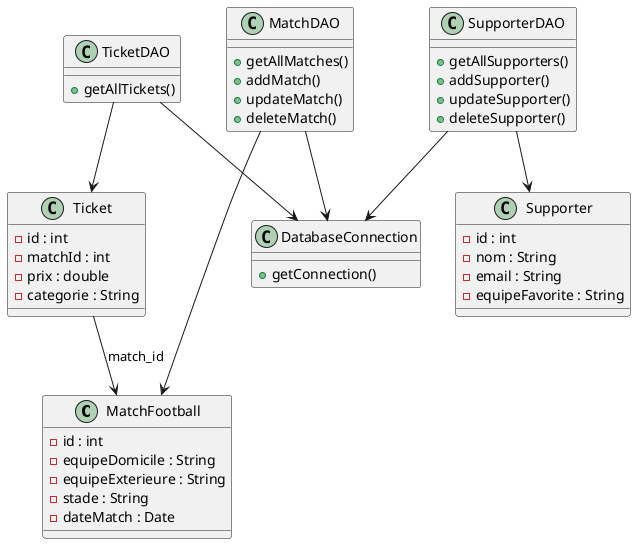
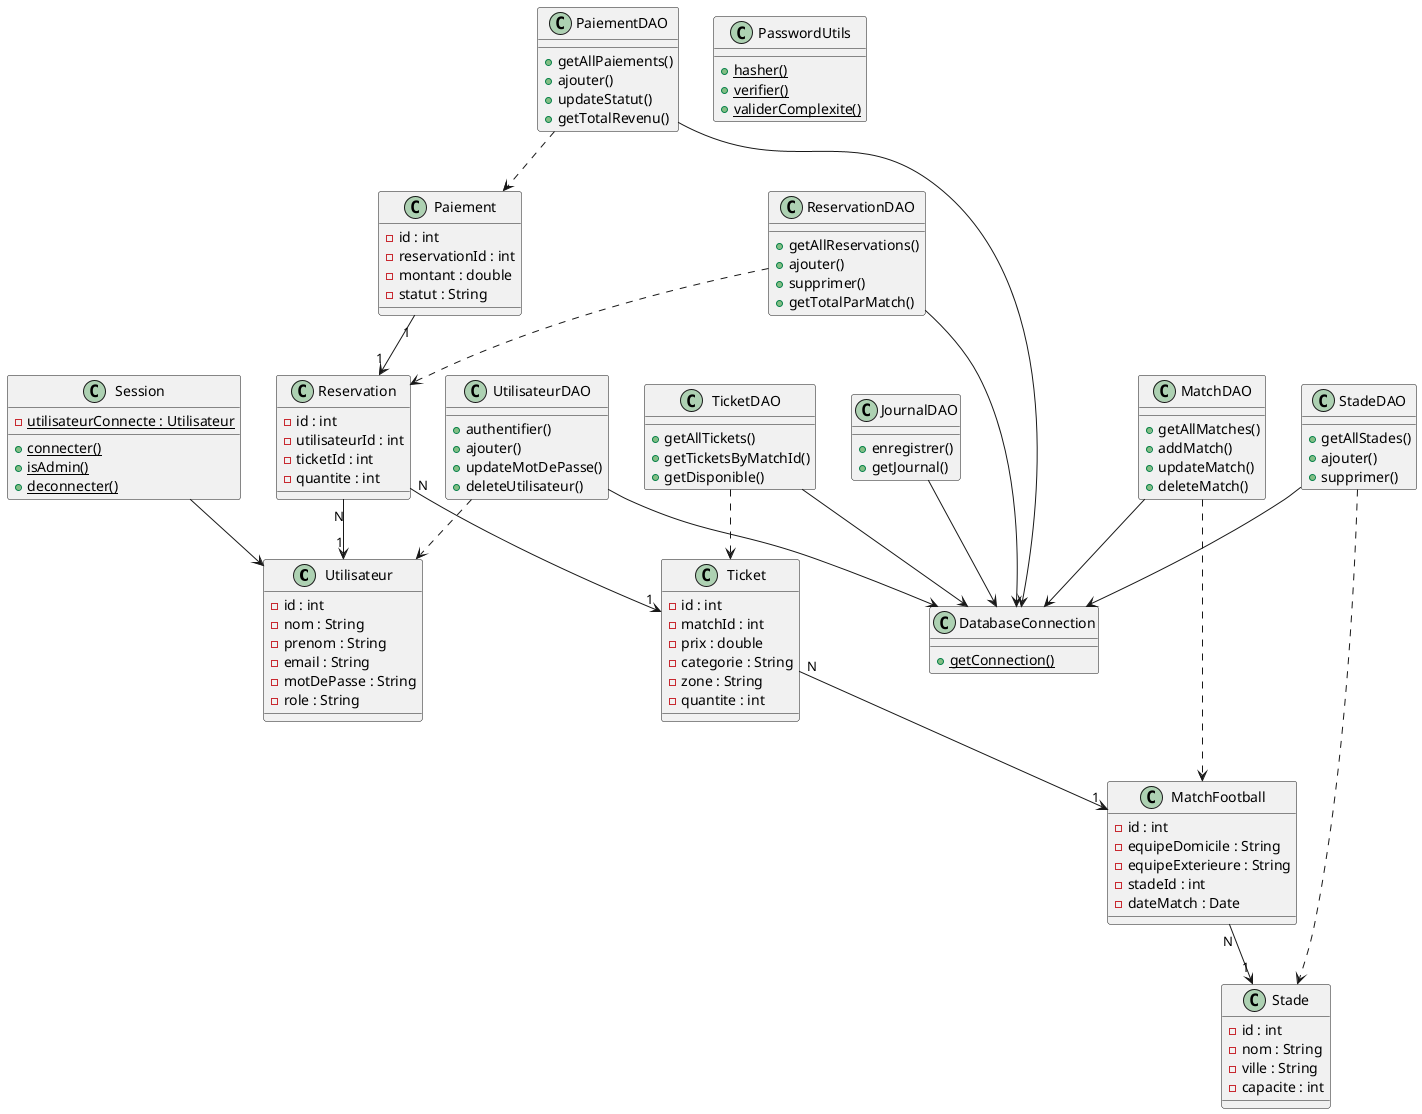
@startuml
+ ' Diagramme de classes simplifié (version résumée)
+ ' Voir /doc/ pour les diagrammes complets
+ 
+ class Utilisateur {
+   - id : int
+   - nom : String
+   - prenom : String
+   - email : String
+   - motDePasse : String
+   - role : String
+ }
+ 
+ class Stade {
+   - id : int
+   - nom : String
+   - ville : String
+   - capacite : int
+ }

class MatchFootball {
  - id : int
  - equipeDomicile : String
  - equipeExterieure : String
-   - stade : String
+   - stadeId : int
  - dateMatch : Date
- }
- 
- class Supporter {
-   - id : int
-   - nom : String
-   - email : String
-   - equipeFavorite : String
}

class Ticket {
  - id : int
  - matchId : int
  - prix : double
  - categorie : String
+   - zone : String
+   - quantite : int
+ }
+ 
+ class Reservation {
+   - id : int
+   - utilisateurId : int
+   - ticketId : int
+   - quantite : int
+ }
+ 
+ class Paiement {
+   - id : int
+   - reservationId : int
+   - montant : double
+   - statut : String
+ }
+ 
+ class UtilisateurDAO {
+   + authentifier()
+   + ajouter()
+   + updateMotDePasse()
+   + deleteUtilisateur()
}

class MatchDAO {
  + getAllMatches()
  + addMatch()
  + updateMatch()
  + deleteMatch()
}

- class SupporterDAO {
-   + getAllSupporters()
-   + addSupporter()
-   + updateSupporter()
-   + deleteSupporter()
+ class TicketDAO {
+   + getAllTickets()
+   + getTicketsByMatchId()
+   + getDisponible()
}

- class TicketDAO {
-   + getAllTickets()
+ class StadeDAO {
+   + getAllStades()
+   + ajouter()
+   + supprimer()
+ }
+ 
+ class ReservationDAO {
+   + getAllReservations()
+   + ajouter()
+   + supprimer()
+   + getTotalParMatch()
+ }
+ 
+ class PaiementDAO {
+   + getAllPaiements()
+   + ajouter()
+   + updateStatut()
+   + getTotalRevenu()
+ }
+ 
+ class JournalDAO {
+   + enregistrer()
+   + getJournal()
}

class DatabaseConnection {
-   + getConnection()
+   + {static} getConnection()
}

- MatchDAO --> MatchFootball
- SupporterDAO --> Supporter
- TicketDAO --> Ticket
+ class PasswordUtils {
+   + {static} hasher()
+   + {static} verifier()
+   + {static} validerComplexite()
+ }
+ 
+ class Session {
+   - {static} utilisateurConnecte : Utilisateur
+   + {static} connecter()
+   + {static} isAdmin()
+   + {static} deconnecter()
+ }
+ 
+ ' Relations modèles
+ MatchFootball "N" --> "1" Stade
+ Ticket "N" --> "1" MatchFootball
+ Reservation "N" --> "1" Utilisateur
+ Reservation "N" --> "1" Ticket
+ Paiement "1" --> "1" Reservation
+ 
+ ' Relations DAOs → BDD
+ UtilisateurDAO --> DatabaseConnection
MatchDAO --> DatabaseConnection
- SupporterDAO --> DatabaseConnection
TicketDAO --> DatabaseConnection
+ StadeDAO --> DatabaseConnection
+ ReservationDAO --> DatabaseConnection
+ PaiementDAO --> DatabaseConnection
+ JournalDAO --> DatabaseConnection

- Ticket --> MatchFootball : match_id
+ ' DAOs → Modèles
+ UtilisateurDAO ..> Utilisateur
+ MatchDAO ..> MatchFootball
+ TicketDAO ..> Ticket
+ StadeDAO ..> Stade
+ ReservationDAO ..> Reservation
+ PaiementDAO ..> Paiement

- @enduml+ ' Session
+ Session --> Utilisateur
+ 
+ @enduml
